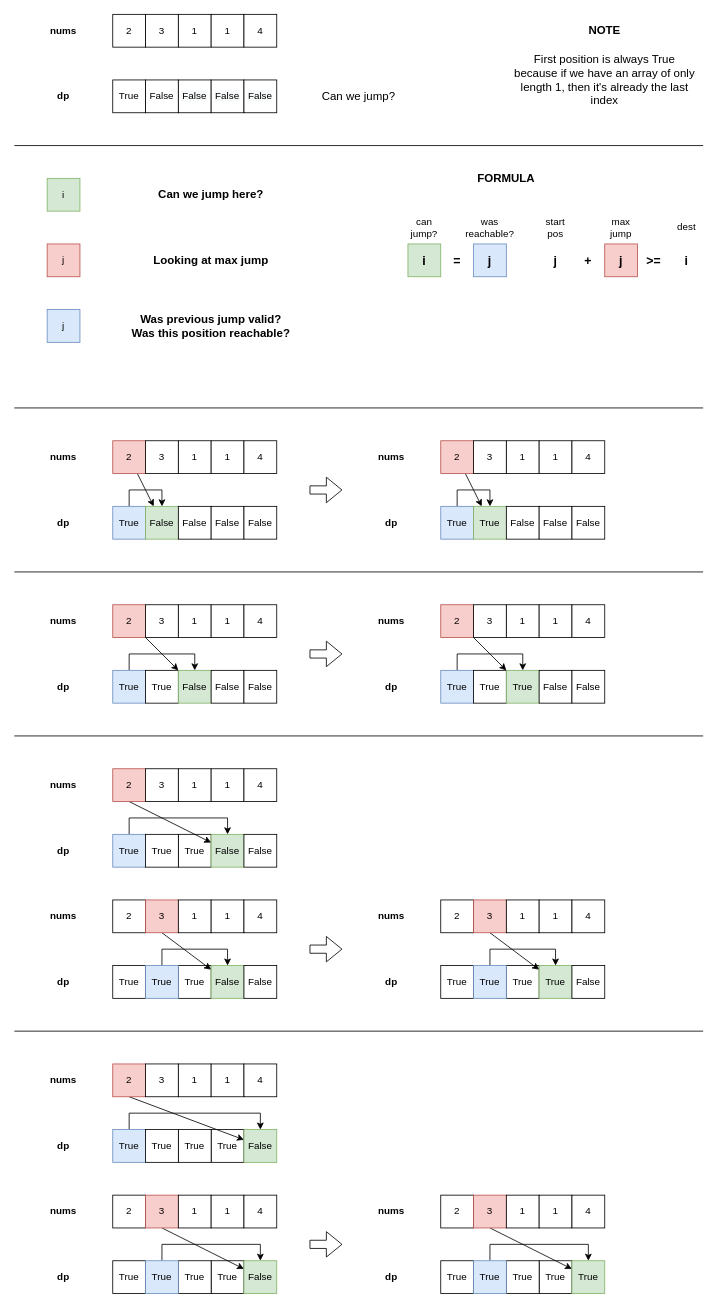
Earlier version of the draw.io diagram 0055-jump-game.drawio (moredrowsy/leetcode). Source tidied: cells renumbered, new cells numbered last; positions are measured from the earlier drawing's top-left corner, leaving out a move shared by most shapes. Both pictures are drawn from the tidied source at 82%, with x=0, y=0 at pixel (14, 14).
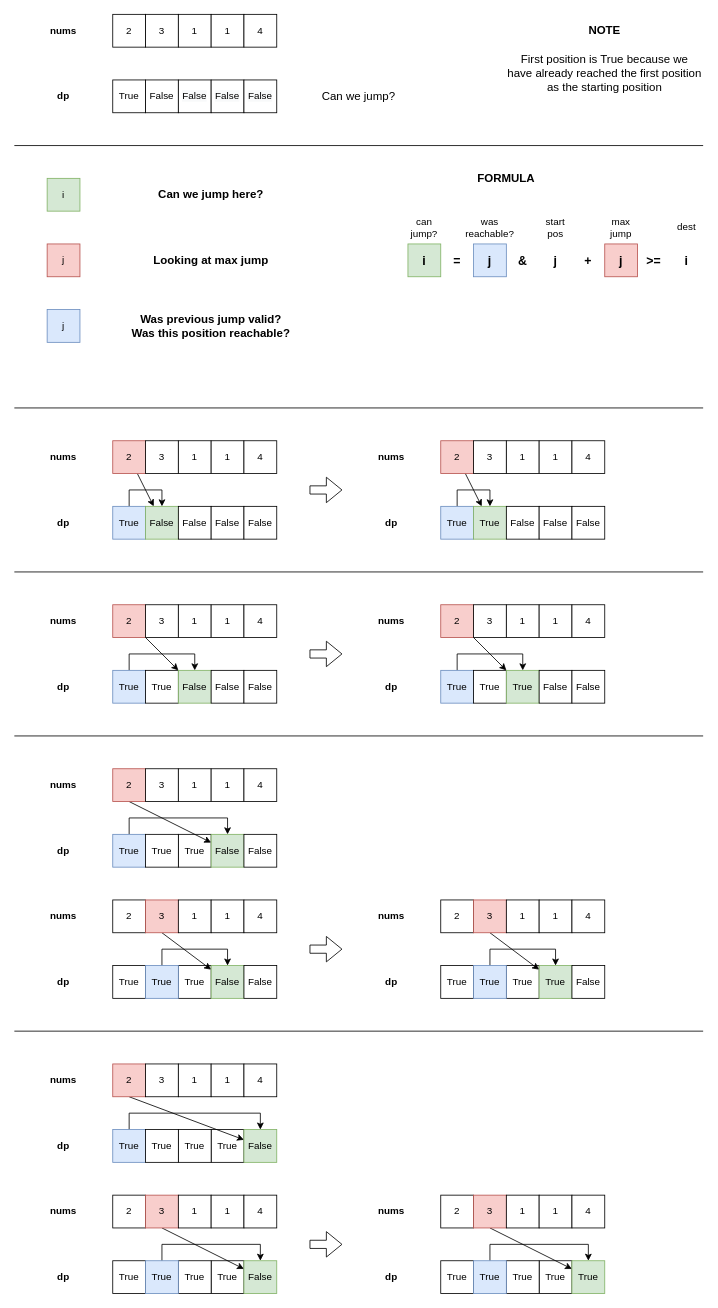
The same page after the edit.

What changed in the source:
```diff
@@
-    <mxCell id="35" value="First position is always True&lt;br&gt;because if we have an array of only length 1, then it's already the last index" style="text;html=1;strokeColor=none;fillColor=none;align=center;verticalAlign=top;whiteSpace=wrap;rounded=0;fontSize=14;fontStyle=0;" parent="1" vertex="1">
+    <mxCell id="35" value="First position is True because we have already reached the first position as the starting position" style="text;html=1;strokeColor=none;fillColor=none;align=center;verticalAlign=top;whiteSpace=wrap;rounded=0;fontSize=14;fontStyle=0;" parent="1" vertex="1">
       <mxGeometry x="600" y="40" width="240" height="80" as="geometry" />
     </mxCell>
@@
+    <mxCell id="186" value="&amp;amp;" style="text;html=1;strokeColor=none;fillColor=none;align=center;verticalAlign=middle;whiteSpace=wrap;rounded=0;fontStyle=1;fontSize=15;" parent="1" vertex="1">
+      <mxGeometry x="600" y="280" width="40" height="40" as="geometry" />
+    </mxCell>
```
